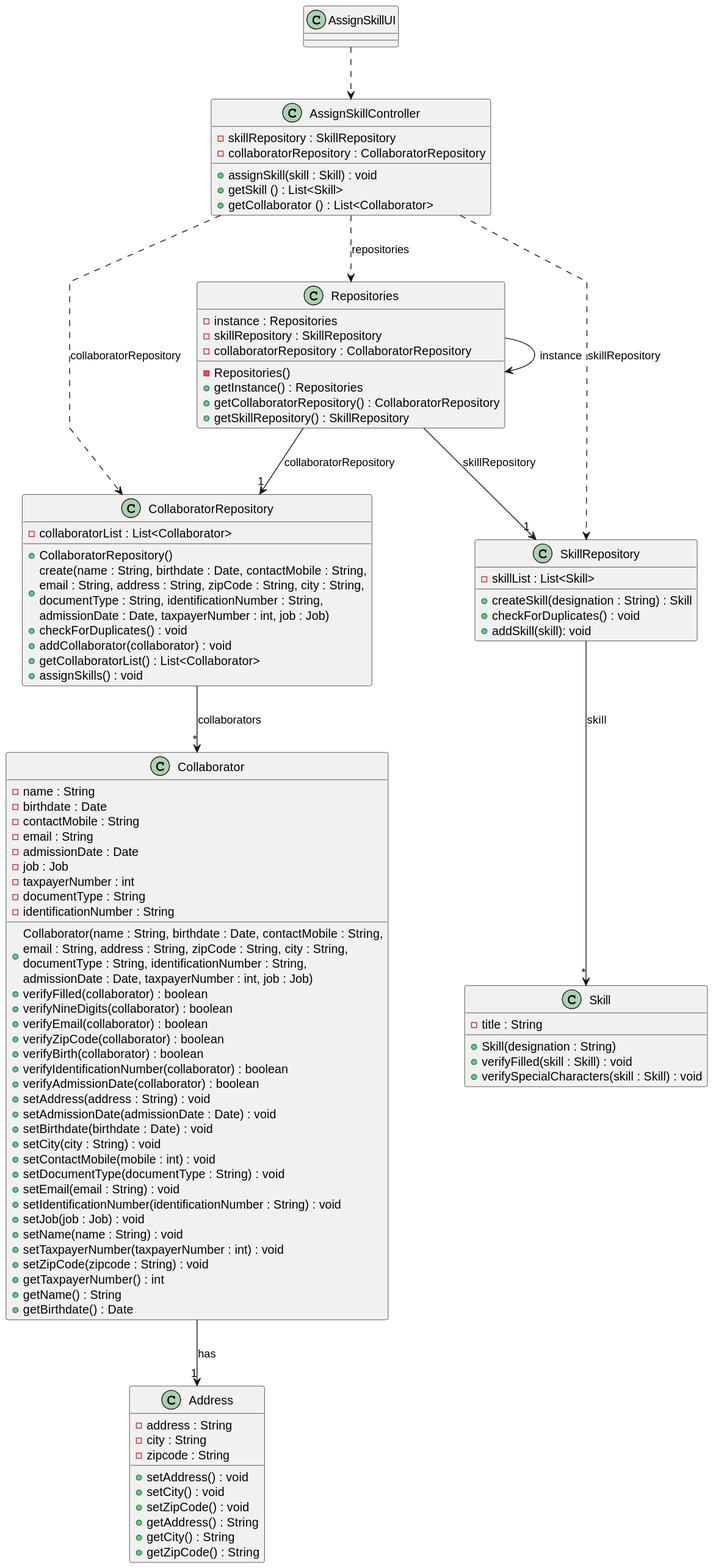
This is docs/sprintC/us004/03.design/svg/us004-class-diagram.svg from ricardomm7/leaflink, a PlantUML export, as it was before one commit.
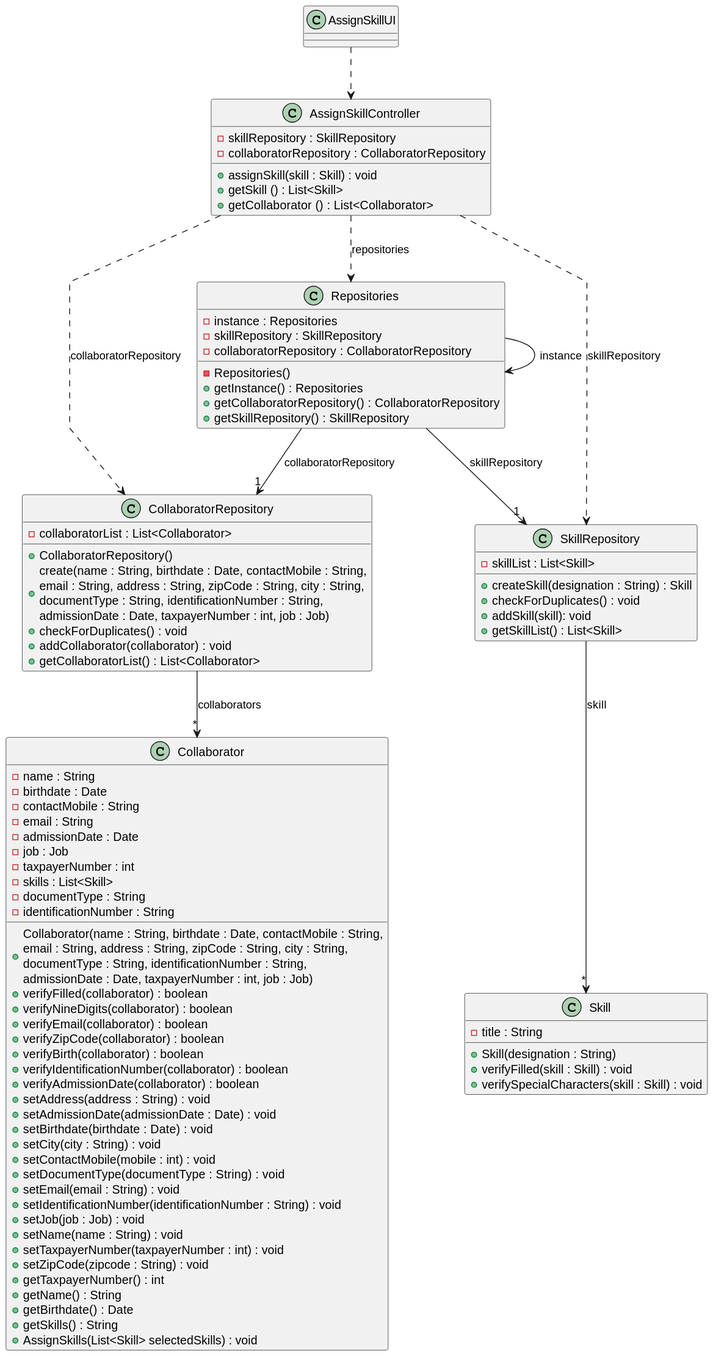
The same file after the commit.

The edit, as a diff of the source:
```diff
@@ -31,7 +31,6 @@
     + checkForDuplicates() : void
     + addCollaborator(collaborator) : void
     + getCollaboratorList() : List<Collaborator>
-    + assignSkills() : void
 }
 
 class SkillRepository {
@@ -39,6 +38,7 @@
      + createSkill(designation : String) : Skill
      + checkForDuplicates() : void
      + addSkill(skill): void
+     + getSkillList() : List<Skill>
 }
 
 class Collaborator {
@@ -49,6 +49,7 @@
     - admissionDate : Date
     - job : Job
     - taxpayerNumber : int
+    - skills : List<Skill>
     + Collaborator(name : String, birthdate : Date, contactMobile : String,\nemail : String, address : String, zipCode : String, city : String,\ndocumentType : String, identificationNumber : String, \nadmissionDate : Date, taxpayerNumber : int, job : Job)
     + verifyFilled(collaborator) : boolean
     + verifyNineDigits(collaborator) : boolean
@@ -74,18 +75,8 @@
     +getTaxpayerNumber() : int
     +getName() : String
     +getBirthdate() : Date
-}
-
-class Address {
-    -address : String
-    -city : String
-    -zipcode : String
-    +setAddress() : void
-    +setCity() : void
-    +setZipCode() : void
-    +getAddress() : String
-    +getCity() : String
-    +getZipCode() : String
+    +getSkills() : String
+    +AssignSkills(List<Skill> selectedSkills) : void
 }
 
 class Skill {
@@ -104,5 +95,4 @@
 AssignSkillController ..> SkillRepository : skillRepository
 CollaboratorRepository --> "*" Collaborator : collaborators
 SkillRepository --> "*" Skill : skill
-Collaborator --> "1" Address : has
 @enduml
```
